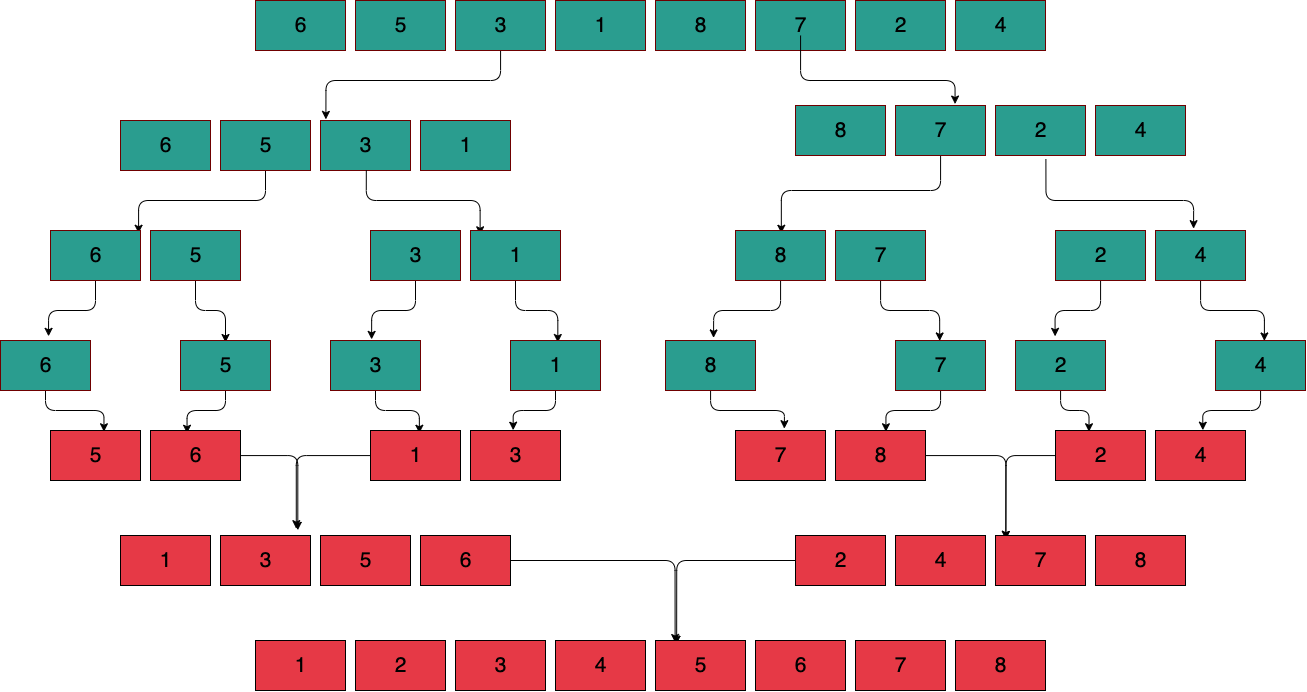
boilingfrog/algorithm keeps this draw.io diagram as img/mergeSort.png. Above is the earlier version. Source tidied: cells renumbered, new cells last; positions are measured from the earlier drawing's top-left corner, leaving out a move shared by most shapes.
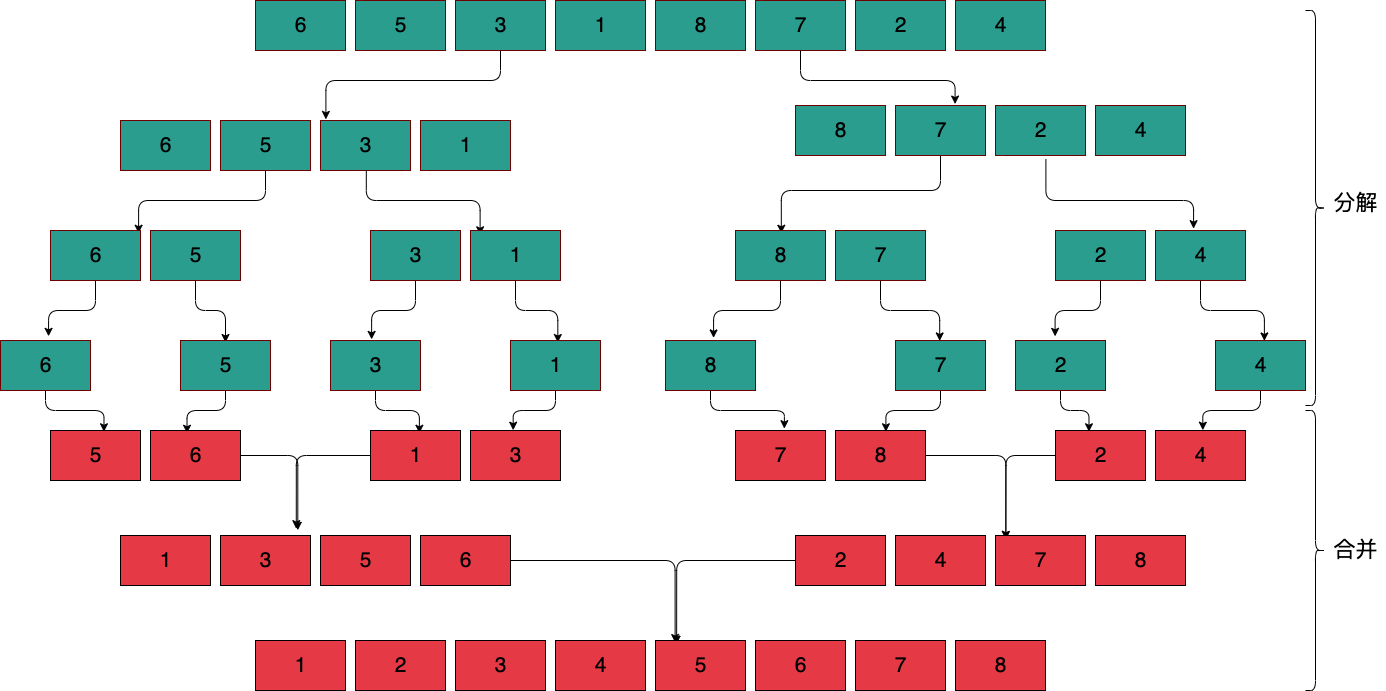
After the change.

What changed in the source:
```diff
@@ -49,8 +49,9 @@
     <mxCell id="15" value="&lt;span style=&quot;font-size: 21px&quot;&gt;8&lt;/span&gt;" style="text;html=1;align=center;verticalAlign=middle;strokeColor=none;fillColor=none;" parent="1" vertex="1">
       <mxGeometry x="685" y="15" width="30" height="20" as="geometry" />
     </mxCell>
-    <mxCell id="16" style="edgeStyle=orthogonalEdgeStyle;html=1;entryX=0.662;entryY=-0.029;entryDx=0;entryDy=0;entryPerimeter=0;fontSize=21;" parent="1" edge="1" source="17" target="32">
+    <mxCell id="16" style="edgeStyle=orthogonalEdgeStyle;html=1;entryX=0.662;entryY=-0.029;entryDx=0;entryDy=0;entryPerimeter=0;fontSize=21;" parent="1" edge="1" target="32">
       <mxGeometry relative="1" as="geometry">
+        <mxPoint x="800" y="50" as="sourcePoint" />
         <Array as="points">
           <mxPoint x="800" y="80" />
           <mxPoint x="955" y="80" />
@@ -460,5 +461,17 @@
     <mxCell id="141" value="&lt;span style=&quot;font-size: 21px&quot;&gt;8&lt;/span&gt;" style="text;html=1;align=center;verticalAlign=middle;strokeColor=none;fillColor=none;" parent="1" vertex="1">
       <mxGeometry x="985" y="655" width="30" height="20" as="geometry" />
     </mxCell>
+    <mxCell id="142" style="shape=curlyBracket;whiteSpace=wrap;html=1;rounded=1;flipH=1;size=0.5;" parent="1" vertex="1">
+      <mxGeometry x="1305" y="10" width="20" height="395" as="geometry" />
+    </mxCell>
+    <mxCell id="143" style="shape=curlyBracket;whiteSpace=wrap;html=1;rounded=1;flipH=1;size=0.5;" parent="1" vertex="1">
+      <mxGeometry x="1305" y="410" width="20" height="280" as="geometry" />
+    </mxCell>
+    <mxCell id="144" value="&lt;span style=&quot;font-size: 22px&quot;&gt;分解&lt;/span&gt;" style="text;html=1;align=center;verticalAlign=middle;strokeColor=none;fillColor=none;" parent="1" vertex="1">
+      <mxGeometry x="1325" y="192.5" width="60" height="20" as="geometry" />
+    </mxCell>
+    <mxCell id="145" value="&lt;span style=&quot;font-size: 22px&quot;&gt;合并&lt;/span&gt;" style="text;html=1;align=center;verticalAlign=middle;strokeColor=none;fillColor=none;" parent="1" vertex="1">
+      <mxGeometry x="1325" y="540" width="60" height="20" as="geometry" />
+    </mxCell>
   </root>
 </mxGraphModel>
```
